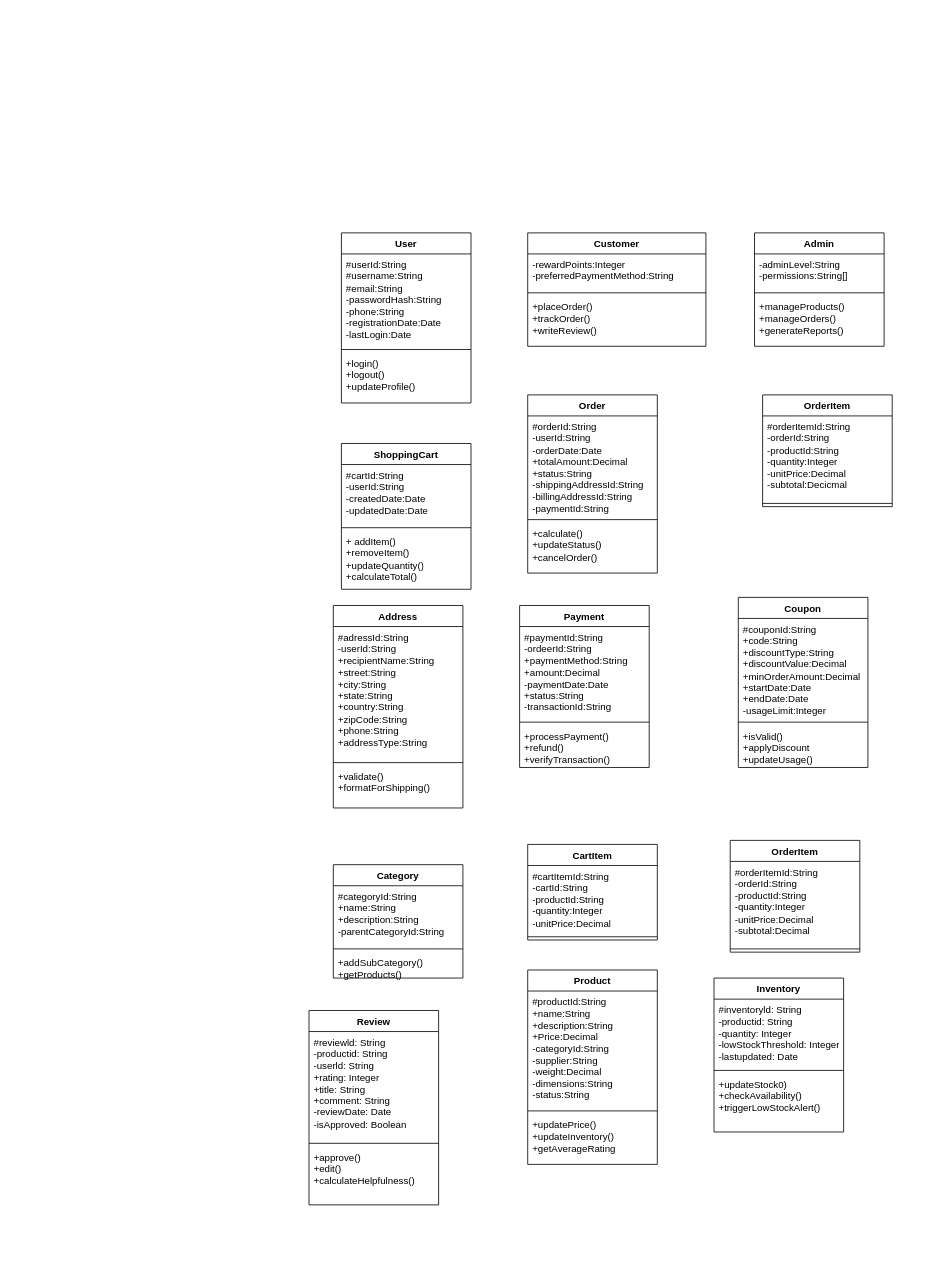
This is Deployment_Diagram.drawio from mushroomAAA/draw.io, a draw.io file, before an edit. Source tidied: cells renumbered, new cells numbered last; positions are measured from the earlier drawing's top-left corner, leaving out a move shared by most shapes. Both pictures are drawn from the tidied source at 81%, with x=0, y=0 at pixel (309, 232).
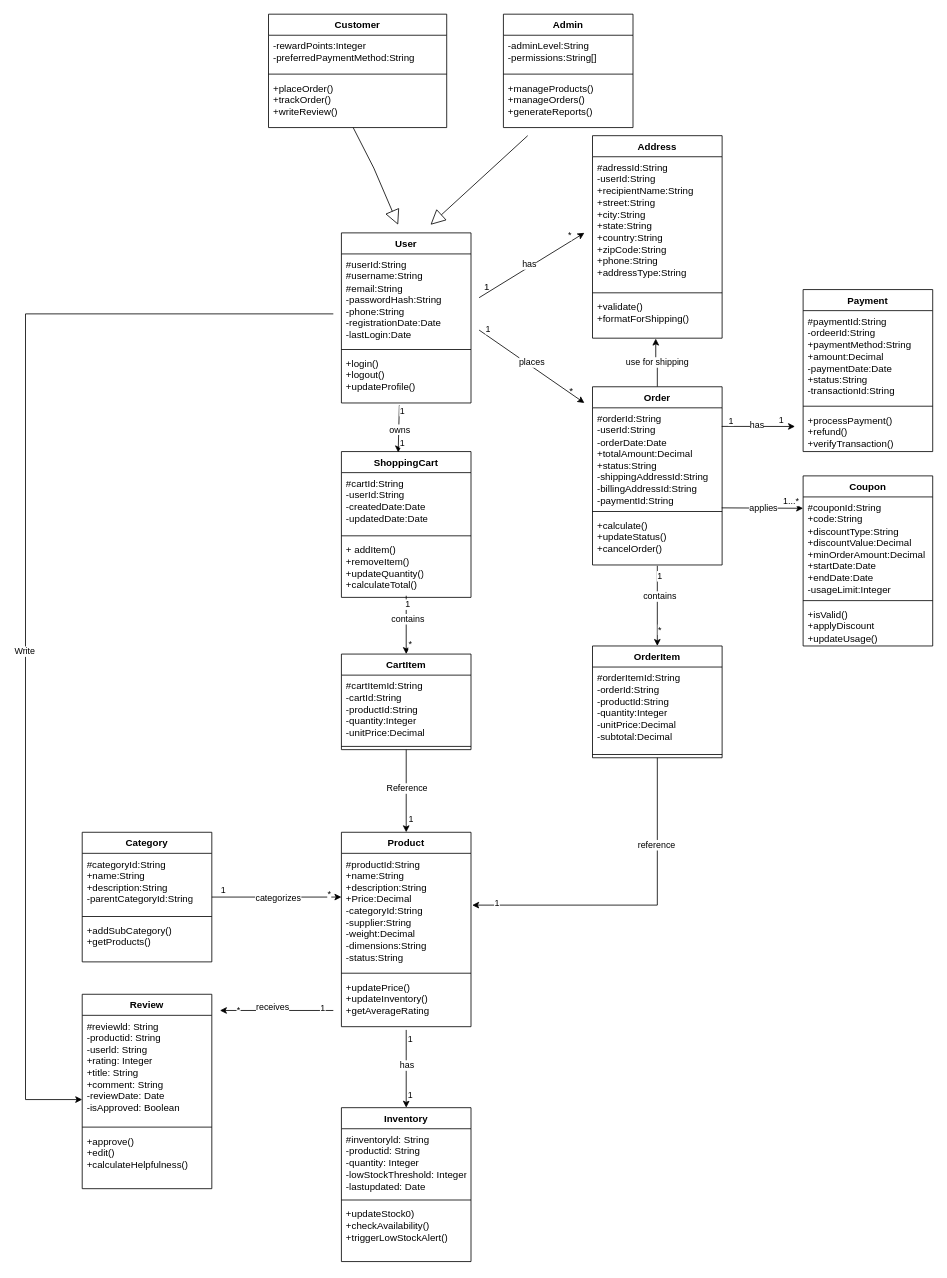
After the change.

Unchanged cells that the change refers to:
```xml
<mxCell id="5" value="+login()&lt;div&gt;+logout()&lt;/div&gt;&lt;div&gt;+updateProfile()&lt;/div&gt;" style="text;strokeColor=none;fillColor=none;align=left;verticalAlign=top;spacingLeft=4;spacingRight=4;overflow=hidden;points=[[0,0.5],[1,0.5]];portConstraint=eastwest;whiteSpace=wrap;html=1;" parent="2" vertex="1">
  <mxGeometry y="148" width="160" height="62" as="geometry" />
</mxCell>
<mxCell id="17" value="+placeOrder()&lt;div&gt;+trackOrder()&lt;/div&gt;&lt;div&gt;+writeReview()&lt;/div&gt;" style="text;strokeColor=none;fillColor=none;align=left;verticalAlign=top;spacingLeft=4;spacingRight=4;overflow=hidden;points=[[0,0.5],[1,0.5]];portConstraint=eastwest;whiteSpace=wrap;html=1;" parent="14" vertex="1">
  <mxGeometry y="78" width="220" height="62" as="geometry" />
</mxCell>
<mxCell id="22" value="#orderId:String&lt;div&gt;-userId:String&lt;/div&gt;&lt;div&gt;-orderDate:Date&lt;/div&gt;&lt;div&gt;+totalAmount:Decimal&lt;/div&gt;&lt;div&gt;+status:String&lt;/div&gt;&lt;div&gt;-shippingAddressId:String&lt;/div&gt;&lt;div&gt;-billingAddressId:String&lt;/div&gt;&lt;div&gt;-paymentId:String&lt;/div&gt;" style="text;strokeColor=none;fillColor=none;align=left;verticalAlign=top;spacingLeft=4;spacingRight=4;overflow=hidden;points=[[0,0.5],[1,0.5]];portConstraint=eastwest;whiteSpace=wrap;html=1;" parent="21" vertex="1">
  <mxGeometry y="26" width="160" height="124" as="geometry" />
</mxCell>
<mxCell id="28" value="+validate()&lt;div&gt;+formatForShipping()&lt;/div&gt;" style="text;strokeColor=none;fillColor=none;align=left;verticalAlign=top;spacingLeft=4;spacingRight=4;overflow=hidden;points=[[0,0.5],[1,0.5]];portConstraint=eastwest;whiteSpace=wrap;html=1;" parent="25" vertex="1">
  <mxGeometry y="198" width="160" height="52" as="geometry" />
</mxCell>
<mxCell id="48" value="#productId:String&lt;div&gt;+name:String&lt;/div&gt;&lt;div&gt;+description:String&lt;/div&gt;&lt;div&gt;+Price:Decimal&lt;/div&gt;&lt;div&gt;-categoryId:String&lt;/div&gt;&lt;div&gt;-supplier:String&lt;/div&gt;&lt;div&gt;-weight:Decimal&lt;/div&gt;&lt;div&gt;-dimensions:String&lt;/div&gt;&lt;div&gt;-status:String&lt;/div&gt;" style="text;strokeColor=none;fillColor=none;align=left;verticalAlign=top;spacingLeft=4;spacingRight=4;overflow=hidden;points=[[0,0.5],[1,0.5]];portConstraint=eastwest;whiteSpace=wrap;html=1;" parent="47" vertex="1">
  <mxGeometry y="26" width="160" height="144" as="geometry" />
</mxCell>
<mxCell id="56" value="&lt;div&gt;#reviewld: String&amp;nbsp;&lt;/div&gt;&lt;div&gt;-productid: String&lt;/div&gt;&lt;div&gt;-userld: String&lt;/div&gt;&lt;div&gt;+rating: Integer&lt;/div&gt;&lt;div&gt;+title: String&lt;/div&gt;&lt;div&gt;+comment: String&lt;/div&gt;&lt;div&gt;-reviewDate: Date&lt;/div&gt;&lt;div&gt;-isApproved: Boolean&lt;/div&gt;" style="text;strokeColor=none;fillColor=none;align=left;verticalAlign=top;spacingLeft=4;spacingRight=4;overflow=hidden;points=[[0,0.5],[1,0.5]];portConstraint=eastwest;whiteSpace=wrap;html=1;" parent="55" vertex="1">
  <mxGeometry y="26" width="160" height="134" as="geometry" />
</mxCell>
```

What changed in the source:
```diff
@@
     <mxCell id="6" value="Admin" style="swimlane;fontStyle=1;align=center;verticalAlign=top;horizontal=1;startSize=26;whiteSpace=wrap;html=1;" parent="1" vertex="1">
-      <mxGeometry x="550" width="160" height="140" as="geometry" />
+      <mxGeometry x="240" y="-270" width="160" height="140" as="geometry" />
     </mxCell>
@@
     <mxCell id="10" value="ShoppingCart" style="swimlane;fontStyle=1;align=center;verticalAlign=top;horizontal=1;startSize=26;whiteSpace=wrap;html=1;" parent="1" vertex="1">
-      <mxGeometry x="40" y="260" width="160" height="180" as="geometry" />
+      <mxGeometry x="40" y="270" width="160" height="180" as="geometry" />
     </mxCell>
@@
     <mxCell id="14" value="Customer" style="swimlane;fontStyle=1;align=center;verticalAlign=top;horizontal=1;startSize=26;whiteSpace=wrap;html=1;" parent="1" vertex="1">
-      <mxGeometry x="270" width="220" height="140" as="geometry" />
+      <mxGeometry x="-50" y="-270" width="220" height="140" as="geometry" />
     </mxCell>
@@
-    <mxCell id="18" value="OrderItem" style="swimlane;fontStyle=1;align=center;verticalAlign=top;horizontal=1;startSize=26;whiteSpace=wrap;html=1;" parent="1" vertex="1">
-      <mxGeometry x="560" y="200" width="160" height="138" as="geometry" />
-    </mxCell>
-    <mxCell id="19" value="#orderItemId:String&lt;div&gt;-orderId:String&lt;/div&gt;&lt;div&gt;-productId:String&lt;/div&gt;&lt;div&gt;-quantity:Integer&lt;/div&gt;&lt;div&gt;-unitPrice:Decimal&lt;/div&gt;&lt;div&gt;-subtotal:Decicmal&lt;/div&gt;" style="text;strokeColor=none;fillColor=none;align=left;verticalAlign=top;spacingLeft=4;spacingRight=4;overflow=hidden;whiteSpace=wrap;html=1;" parent="18" vertex="1">
-      <mxGeometry y="26" width="160" height="104" as="geometry" />
-    </mxCell>
-    <mxCell id="20" style="line;strokeWidth=1;fillColor=none;align=left;verticalAlign=middle;spacingTop=-1;spacingLeft=3;spacingRight=3;labelPosition=right;strokeColor=inherit;" parent="18" vertex="1">
-      <mxGeometry y="130" width="160" height="8" as="geometry" />
-    </mxCell>
+    <mxCell id="59" style="edgeStyle=orthogonalEdgeStyle;rounded=0;jettySize=auto;html=1;exitX=0.5;exitY=0;exitDx=0;exitDy=0;entryX=0.488;entryY=1.01;entryDx=0;entryDy=0;entryPerimeter=0;" parent="1" edge="1" source="21" target="28">
+      <mxGeometry relative="1" as="geometry" />
+    </mxCell>
+    <mxCell id="60" value="use for shipping" style="edgeLabel;html=1;align=center;verticalAlign=middle;" parent="59" vertex="1">
+      <mxGeometry x="0.04" y="-1" relative="1" as="geometry" />
+    </mxCell>
     <mxCell id="21" value="Order" style="swimlane;fontStyle=1;align=center;verticalAlign=top;horizontal=1;startSize=26;whiteSpace=wrap;html=1;" parent="1" vertex="1">
-      <mxGeometry x="270" y="200" width="160" height="220" as="geometry" />
+      <mxGeometry x="350" y="190" width="160" height="220" as="geometry" />
     </mxCell>
@@
     <mxCell id="25" value="Address" style="swimlane;fontStyle=1;align=center;verticalAlign=top;horizontal=1;startSize=26;whiteSpace=wrap;html=1;" parent="1" vertex="1">
-      <mxGeometry x="30" y="460" width="160" height="250" as="geometry" />
+      <mxGeometry x="350" y="-120" width="160" height="250" as="geometry" />
     </mxCell>
@@
     <mxCell id="29" value="Payment" style="swimlane;fontStyle=1;align=center;verticalAlign=top;horizontal=1;startSize=26;whiteSpace=wrap;html=1;" parent="1" vertex="1">
-      <mxGeometry x="260" y="460" width="160" height="200" as="geometry" />
+      <mxGeometry x="610" y="70" width="160" height="200" as="geometry" />
     </mxCell>
@@
     <mxCell id="33" value="Coupon" style="swimlane;fontStyle=1;align=center;verticalAlign=top;horizontal=1;startSize=26;whiteSpace=wrap;html=1;" parent="1" vertex="1">
-      <mxGeometry x="530" y="450" width="160" height="210" as="geometry" />
+      <mxGeometry x="610" y="300" width="160" height="210" as="geometry" />
     </mxCell>
@@
     <mxCell id="37" value="Category" style="swimlane;fontStyle=1;align=center;verticalAlign=top;horizontal=1;startSize=26;whiteSpace=wrap;html=1;" parent="1" vertex="1">
-      <mxGeometry x="30" y="780" width="160" height="140" as="geometry" />
+      <mxGeometry x="-280" y="740" width="160" height="160" as="geometry" />
     </mxCell>
@@
     <mxCell id="40" value="+addSubCategory()&lt;div&gt;+getProducts()&lt;/div&gt;" style="text;strokeColor=none;fillColor=none;align=left;verticalAlign=top;spacingLeft=4;spacingRight=4;overflow=hidden;whiteSpace=wrap;html=1;" parent="37" vertex="1">
-      <mxGeometry y="108" width="160" height="32" as="geometry" />
+      <mxGeometry y="108" width="160" height="52" as="geometry" />
     </mxCell>
     <mxCell id="41" value="CartItem" style="swimlane;fontStyle=1;align=center;verticalAlign=top;horizontal=1;startSize=26;whiteSpace=wrap;html=1;" parent="1" vertex="1">
-      <mxGeometry x="270" y="755" width="160" height="118" as="geometry" />
+      <mxGeometry x="40" y="520" width="160" height="118" as="geometry" />
     </mxCell>
@@
     <mxCell id="44" value="OrderItem" style="swimlane;fontStyle=1;align=center;verticalAlign=top;horizontal=1;startSize=26;whiteSpace=wrap;html=1;" parent="1" vertex="1">
-      <mxGeometry x="520" y="750" width="160" height="138" as="geometry" />
+      <mxGeometry x="350" y="510" width="160" height="138" as="geometry" />
     </mxCell>
@@
     <mxCell id="47" value="Product" style="swimlane;fontStyle=1;align=center;verticalAlign=top;horizontal=1;startSize=26;whiteSpace=wrap;html=1;" parent="1" vertex="1">
-      <mxGeometry x="270" y="910" width="160" height="240" as="geometry" />
+      <mxGeometry x="40" y="740" width="160" height="240" as="geometry" />
     </mxCell>
@@
     <mxCell id="51" value="Inventory" style="swimlane;fontStyle=1;align=center;verticalAlign=top;horizontal=1;startSize=26;whiteSpace=wrap;html=1;" parent="1" vertex="1">
-      <mxGeometry x="500" y="920" width="160" height="190" as="geometry" />
+      <mxGeometry x="40" y="1080" width="160" height="190" as="geometry" />
     </mxCell>
@@
     <mxCell id="55" value="Review" style="swimlane;fontStyle=1;align=center;verticalAlign=top;horizontal=1;startSize=26;whiteSpace=wrap;html=1;" parent="1" vertex="1">
-      <mxGeometry y="960" width="160" height="240" as="geometry" />
+      <mxGeometry x="-280" y="940" width="160" height="240" as="geometry" />
     </mxCell>
@@
+    <mxCell id="61" style="endArrow=block;endSize=16;endFill=0;html=1;rounded=0;exitX=0.475;exitY=1;exitDx=0;exitDy=0;exitPerimeter=0;" parent="1" edge="1" source="17">
+      <mxGeometry x="0.01" relative="1" as="geometry">
+        <mxPoint x="110" y="-10" as="targetPoint" />
+        <Array as="points">
+          <mxPoint x="80" y="-80" />
+        </Array>
+      </mxGeometry>
+    </mxCell>
+    <mxCell id="62" style="endArrow=block;endSize=16;endFill=0;html=1;rounded=0;" parent="1" edge="1">
+      <mxGeometry relative="1" as="geometry">
+        <mxPoint x="270" y="-120" as="sourcePoint" />
+        <mxPoint x="150" y="-10" as="targetPoint" />
+      </mxGeometry>
+    </mxCell>
+    <mxCell id="63" style="endArrow=classic;html=1;rounded=0;exitX=0.447;exitY=1.048;exitDx=0;exitDy=0;exitPerimeter=0;entryX=0.438;entryY=0.006;entryDx=0;entryDy=0;entryPerimeter=0;" parent="1" edge="1" source="5" target="10">
+      <mxGeometry relative="1" as="geometry" />
+    </mxCell>
+    <mxCell id="64" value="owns" style="edgeLabel;html=1;align=center;verticalAlign=middle;" parent="63" vertex="1">
+      <mxGeometry x="0.02" y="1" relative="1" as="geometry" />
+    </mxCell>
+    <mxCell id="65" value="1" style="edgeLabel;html=1;align=center;verticalAlign=middle;" parent="63" vertex="1">
+      <mxGeometry x="-0.57" y="3" relative="1" as="geometry">
+        <mxPoint y="-6" as="offset" />
+      </mxGeometry>
+    </mxCell>
+    <mxCell id="66" value="1" style="edgeLabel;html=1;align=center;verticalAlign=middle;" parent="1" vertex="1">
+      <mxGeometry x="114" y="258" as="geometry" />
+    </mxCell>
+    <mxCell id="67" style="endArrow=classic;html=1;rounded=0;entryX=0.5;entryY=0;entryDx=0;entryDy=0;" parent="1" edge="1" target="41">
+      <mxGeometry relative="1" as="geometry">
+        <mxPoint x="120" y="448" as="sourcePoint" />
+      </mxGeometry>
+    </mxCell>
+    <mxCell id="68" value="contains" style="edgeLabel;html=1;align=center;verticalAlign=middle;" parent="67" vertex="1">
+      <mxGeometry x="-0.21" y="1" relative="1" as="geometry" />
+    </mxCell>
+    <mxCell id="69" value="1" style="edgeLabel;html=1;align=center;verticalAlign=middle;" parent="67" vertex="1">
+      <mxGeometry x="-0.71" y="1" relative="1" as="geometry" />
+    </mxCell>
+    <mxCell id="70" value="*" style="edgeLabel;html=1;align=center;verticalAlign=middle;" parent="67" vertex="1">
+      <mxGeometry x="0.6" y="4" relative="1" as="geometry">
+        <mxPoint y="1" as="offset" />
+      </mxGeometry>
+    </mxCell>
+    <mxCell id="71" style="endArrow=classic;html=1;rounded=0;entryX=0.5;entryY=0;entryDx=0;entryDy=0;exitX=0.5;exitY=1;exitDx=0;exitDy=0;" parent="1" edge="1" source="41" target="47">
+      <mxGeometry relative="1" as="geometry" />
+    </mxCell>
+    <mxCell id="72" value="Reference" style="edgeLabel;html=1;align=center;verticalAlign=middle;" parent="71" vertex="1">
+      <mxGeometry x="-0.07" relative="1" as="geometry" />
+    </mxCell>
+    <mxCell id="73" value="1" style="edgeLabel;html=1;align=center;verticalAlign=middle;" parent="71" vertex="1">
+      <mxGeometry x="0.66" y="-1" relative="1" as="geometry">
+        <mxPoint x="6" as="offset" />
+      </mxGeometry>
+    </mxCell>
+    <mxCell id="74" style="endArrow=classic;html=1;rounded=0;entryX=0.5;entryY=0;entryDx=0;entryDy=0;" parent="1" edge="1" target="51">
+      <mxGeometry relative="1" as="geometry">
+        <mxPoint x="120" y="984" as="sourcePoint" />
+      </mxGeometry>
+    </mxCell>
+    <mxCell id="75" value="has" style="edgeLabel;html=1;align=center;verticalAlign=middle;" parent="74" vertex="1">
+      <mxGeometry x="-0.11" relative="1" as="geometry" />
+    </mxCell>
+    <mxCell id="76" value="1" style="edgeLabel;html=1;align=center;verticalAlign=middle;" parent="74" vertex="1">
+      <mxGeometry x="-0.78" y="-1" relative="1" as="geometry">
+        <mxPoint x="5" as="offset" />
+      </mxGeometry>
+    </mxCell>
+    <mxCell id="77" value="1" style="edgeLabel;html=1;align=center;verticalAlign=middle;" parent="74" vertex="1">
+      <mxGeometry x="0.64" relative="1" as="geometry">
+        <mxPoint x="4" y="1" as="offset" />
+      </mxGeometry>
+    </mxCell>
+    <mxCell id="78" style="edgeStyle=orthogonalEdgeStyle;rounded=0;jettySize=auto;html=1;entryX=0;entryY=0.375;entryDx=0;entryDy=0;entryPerimeter=0;" parent="1" edge="1" source="37" target="48">
+      <mxGeometry relative="1" as="geometry" />
+    </mxCell>
+    <mxCell id="79" value="categorizes" style="edgeLabel;html=1;align=center;verticalAlign=middle;" parent="78" vertex="1">
+      <mxGeometry x="0.01" relative="1" as="geometry" />
+    </mxCell>
+    <mxCell id="80" value="1" style="edgeLabel;html=1;align=center;verticalAlign=middle;" parent="78" vertex="1">
+      <mxGeometry x="-0.84" y="1" relative="1" as="geometry">
+        <mxPoint y="-8" as="offset" />
+      </mxGeometry>
+    </mxCell>
+    <mxCell id="81" value="*" style="edgeLabel;html=1;align=center;verticalAlign=middle;" parent="78" vertex="1">
+      <mxGeometry x="0.8" y="1" relative="1" as="geometry">
+        <mxPoint y="-4" as="offset" />
+      </mxGeometry>
+    </mxCell>
+    <mxCell id="82" style="endArrow=classic;html=1;rounded=0;" parent="1" edge="1">
+      <mxGeometry relative="1" as="geometry">
+        <mxPoint x="210" y="120" as="sourcePoint" />
+        <mxPoint x="340" y="210" as="targetPoint" />
+      </mxGeometry>
+    </mxCell>
+    <mxCell id="83" value="places" style="edgeLabel;html=1;align=center;verticalAlign=middle;" parent="82" vertex="1">
+      <mxGeometry x="-0.04" y="4" relative="1" as="geometry" />
+    </mxCell>
+    <mxCell id="84" value="1" style="edgeLabel;html=1;align=center;verticalAlign=middle;" parent="82" vertex="1">
+      <mxGeometry x="-0.86" y="3" relative="1" as="geometry">
+        <mxPoint y="-5" as="offset" />
+      </mxGeometry>
+    </mxCell>
+    <mxCell id="85" value="*" style="text;html=1;whiteSpace=wrap;strokeColor=none;fillColor=none;align=center;verticalAlign=middle;rounded=0;" parent="1" vertex="1">
+      <mxGeometry x="294" y="180" width="60" height="30" as="geometry" />
+    </mxCell>
+    <mxCell id="86" style="endArrow=classic;html=1;rounded=0;" parent="1" edge="1">
+      <mxGeometry relative="1" as="geometry">
+        <mxPoint x="210" y="80" as="sourcePoint" />
+        <mxPoint x="340" as="targetPoint" />
+      </mxGeometry>
+    </mxCell>
+    <mxCell id="87" value="has" style="edgeLabel;html=1;align=center;verticalAlign=middle;" parent="86" vertex="1">
+      <mxGeometry x="-0.03" y="2" relative="1" as="geometry">
+        <mxPoint y="-1" as="offset" />
+      </mxGeometry>
+    </mxCell>
+    <mxCell id="88" value="*" style="edgeLabel;html=1;align=center;verticalAlign=middle;" parent="86" vertex="1">
+      <mxGeometry x="0.73" y="1" relative="1" as="geometry">
+        <mxPoint y="-7" as="offset" />
+      </mxGeometry>
+    </mxCell>
+    <mxCell id="89" value="1" style="text;html=1;whiteSpace=wrap;strokeColor=none;fillColor=none;align=center;verticalAlign=middle;rounded=0;" parent="1" vertex="1">
+      <mxGeometry x="190" y="52" width="60" height="30" as="geometry" />
+    </mxCell>
+    <mxCell id="90" style="endArrow=classic;html=1;rounded=0;exitX=0.997;exitY=0.185;exitDx=0;exitDy=0;exitPerimeter=0;" parent="1" edge="1" source="22">
+      <mxGeometry relative="1" as="geometry">
+        <mxPoint x="600" y="239" as="targetPoint" />
+      </mxGeometry>
+    </mxCell>
+    <mxCell id="91" value="has" style="edgeLabel;html=1;align=center;verticalAlign=middle;" parent="90" vertex="1">
+      <mxGeometry x="-0.04" y="2" relative="1" as="geometry" />
+    </mxCell>
+    <mxCell id="92" value="1" style="edgeLabel;html=1;align=center;verticalAlign=middle;" parent="90" vertex="1">
+      <mxGeometry x="-0.75" y="3" relative="1" as="geometry">
+        <mxPoint y="-4" as="offset" />
+      </mxGeometry>
+    </mxCell>
+    <mxCell id="93" value="1" style="edgeLabel;html=1;align=center;verticalAlign=middle;" parent="90" vertex="1">
+      <mxGeometry x="0.62" y="1" relative="1" as="geometry">
+        <mxPoint y="-7" as="offset" />
+      </mxGeometry>
+    </mxCell>
+    <mxCell id="94" style="endArrow=classic;html=1;rounded=0;exitX=0.997;exitY=0.996;exitDx=0;exitDy=0;exitPerimeter=0;" parent="1" edge="1" source="22">
+      <mxGeometry relative="1" as="geometry">
+        <mxPoint x="610" y="340" as="targetPoint" />
+      </mxGeometry>
+    </mxCell>
+    <mxCell id="95" value="applies" style="edgeLabel;html=1;align=center;verticalAlign=middle;" parent="94" vertex="1">
+      <mxGeometry x="0.02" relative="1" as="geometry" />
+    </mxCell>
+    <mxCell id="96" value="1...*" style="edgeLabel;html=1;align=center;verticalAlign=middle;" parent="94" vertex="1">
+      <mxGeometry x="0.7" y="2" relative="1" as="geometry">
+        <mxPoint y="-7" as="offset" />
+      </mxGeometry>
+    </mxCell>
+    <mxCell id="97" style="endArrow=classic;html=1;rounded=0;entryX=0.5;entryY=0;entryDx=0;entryDy=0;" parent="1" edge="1" target="44">
+      <mxGeometry relative="1" as="geometry">
+        <mxPoint x="430" y="411" as="sourcePoint" />
+      </mxGeometry>
+    </mxCell>
+    <mxCell id="98" value="contains" style="edgeLabel;html=1;align=center;verticalAlign=middle;" parent="97" vertex="1">
+      <mxGeometry x="-0.26" y="2" relative="1" as="geometry" />
+    </mxCell>
+    <mxCell id="99" value="1" style="edgeLabel;html=1;align=center;verticalAlign=middle;" parent="97" vertex="1">
+      <mxGeometry x="-0.76" y="2" relative="1" as="geometry" />
+    </mxCell>
+    <mxCell id="100" value="*" style="edgeLabel;html=1;align=center;verticalAlign=middle;" parent="97" vertex="1">
+      <mxGeometry x="0.58" y="2" relative="1" as="geometry" />
+    </mxCell>
+    <mxCell id="101" style="edgeStyle=orthogonalEdgeStyle;rounded=0;jettySize=auto;html=1;entryX=1.009;entryY=0.444;entryDx=0;entryDy=0;entryPerimeter=0;" parent="1" edge="1" source="44" target="48">
+      <mxGeometry relative="1" as="geometry" />
+    </mxCell>
+    <mxCell id="102" value="reference" style="edgeLabel;html=1;align=center;verticalAlign=middle;" parent="101" vertex="1">
+      <mxGeometry x="-0.48" y="-2" relative="1" as="geometry" />
+    </mxCell>
+    <mxCell id="103" value="1" style="edgeLabel;html=1;align=center;verticalAlign=middle;" parent="101" vertex="1">
+      <mxGeometry x="0.85" y="-3" relative="1" as="geometry" />
+    </mxCell>
+    <mxCell id="104" style="endArrow=classic;html=1;rounded=0;" parent="1" edge="1">
+      <mxGeometry relative="1" as="geometry">
+        <mxPoint x="30" y="960" as="sourcePoint" />
+        <mxPoint x="-110" y="960" as="targetPoint" />
+      </mxGeometry>
+    </mxCell>
+    <mxCell id="105" value="receives" style="edgeLabel;html=1;align=center;verticalAlign=middle;" parent="104" vertex="1">
+      <mxGeometry x="0.07" y="-5" relative="1" as="geometry">
+        <mxPoint x="-1" as="offset" />
+      </mxGeometry>
+    </mxCell>
+    <mxCell id="106" value="1" style="edgeLabel;html=1;align=center;verticalAlign=middle;" parent="104" vertex="1">
+      <mxGeometry x="-0.79" y="-4" relative="1" as="geometry">
+        <mxPoint x="1" as="offset" />
+      </mxGeometry>
+    </mxCell>
+    <mxCell id="107" value="*" style="edgeLabel;html=1;align=center;verticalAlign=middle;" parent="104" vertex="1">
+      <mxGeometry x="0.7" y="-1" relative="1" as="geometry">
+        <mxPoint x="1" as="offset" />
+      </mxGeometry>
+    </mxCell>
+    <mxCell id="108" style="endArrow=classic;html=1;rounded=0;entryX=0;entryY=0.776;entryDx=0;entryDy=0;entryPerimeter=0;" parent="1" edge="1" target="56">
+      <mxGeometry relative="1" as="geometry">
+        <mxPoint x="30" y="100" as="sourcePoint" />
+        <Array as="points">
+          <mxPoint x="-350" y="100" />
+          <mxPoint x="-350" y="1070" />
+        </Array>
+      </mxGeometry>
+    </mxCell>
+    <mxCell id="109" value="Write" style="edgeLabel;html=1;align=center;verticalAlign=middle;" parent="108" vertex="1">
+      <mxGeometry x="0.12" y="-2" relative="1" as="geometry">
+        <mxPoint y="1" as="offset" />
+      </mxGeometry>
+    </mxCell>
```
